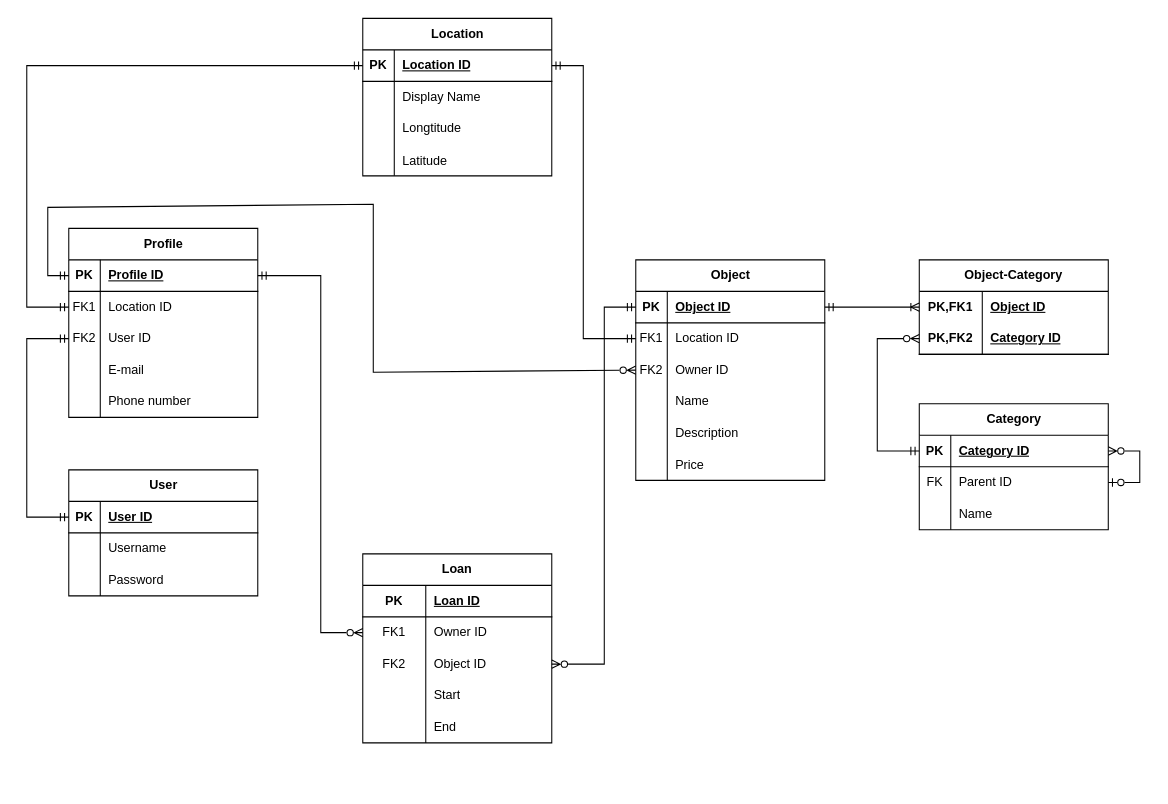
This is page "Logisch Model" (3 of 3) of analysis/Modellen.drawio from UCLL-Full-stack/project2425-group1-16, a draw.io file, before an edit. Source tidied: cells renumbered, new cells numbered last; positions are measured from the earlier drawing's top-left corner, leaving out a move shared by most shapes. Both pictures are drawn from the tidied source at 105%, with x=0, y=0 at pixel (26, 18).
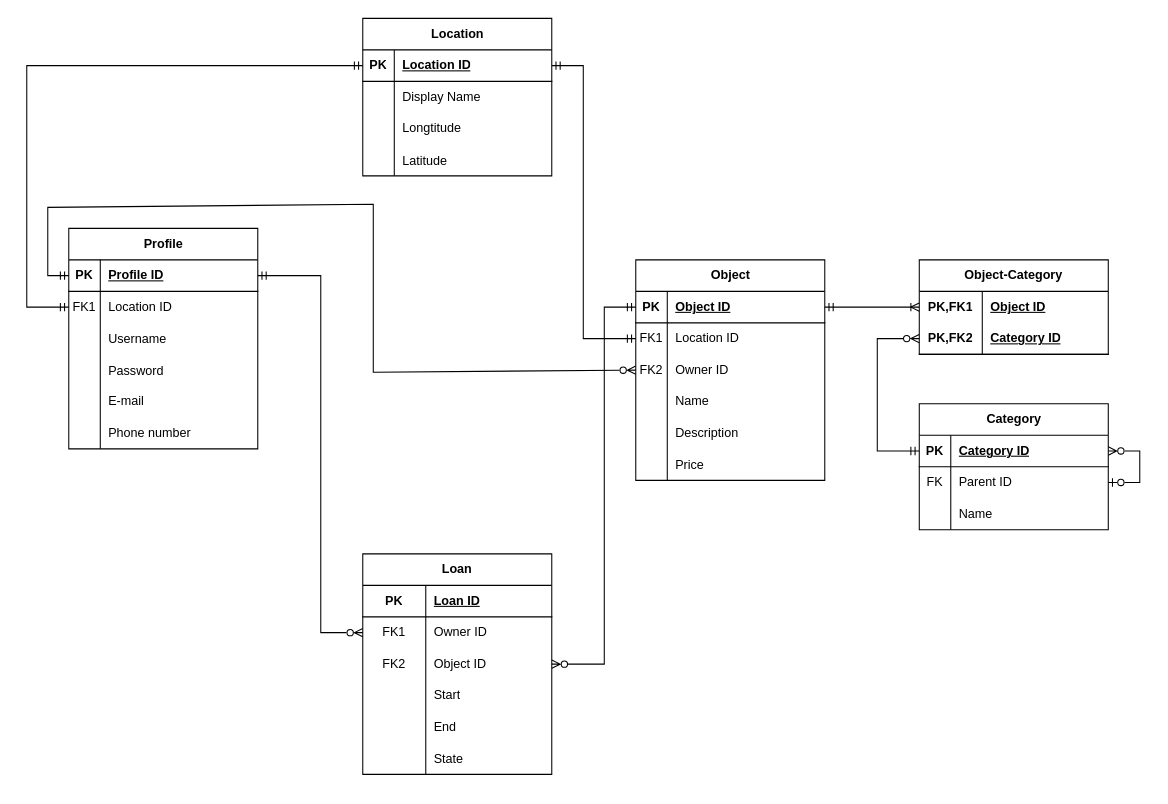
After the change.

Commit message (it also covers changes not shown here):
Merge User and Profile, add state to Loan

The edit, as a diff of the source:
```diff
@@
-    <mxCell id="2" value="User" style="shape=table;startSize=30;childLayout=tableLayout;rowLines=0;fontStyle=1;align=center;html=1;" parent="1" vertex="1">
-      <mxGeometry x="40" y="430" width="180" height="120" as="geometry" />
-    </mxCell>
-    <mxCell id="3" style="shape=tableRow;horizontal=0;startSize=0;swimlaneHead=0;swimlaneBody=0;fillColor=none;points=[[0,0.5],[1,0.5]];portConstraint=eastwest;top=0;left=0;right=0;bottom=1;" parent="2" vertex="1">
-      <mxGeometry y="30" width="180" height="30" as="geometry" />
-    </mxCell>
-    <mxCell id="4" value="PK" style="shape=partialRectangle;fillColor=none;top=0;left=0;bottom=0;right=0;fontStyle=1;overflow=hidden;whiteSpace=wrap;html=1;" parent="3" vertex="1">
-      <mxGeometry width="30" height="30" as="geometry" />
-    </mxCell>
-    <mxCell id="5" value="User ID" style="shape=partialRectangle;fillColor=none;top=0;left=0;bottom=0;right=0;align=left;spacingLeft=6;fontStyle=5;overflow=hidden;whiteSpace=wrap;html=1;" parent="3" vertex="1">
-      <mxGeometry x="30" width="150" height="30" as="geometry" />
-    </mxCell>
-    <mxCell id="6" style="shape=tableRow;horizontal=0;startSize=0;swimlaneHead=0;swimlaneBody=0;fillColor=none;top=0;left=0;right=0;bottom=0;" parent="2" vertex="1">
-      <mxGeometry y="60" width="180" height="30" as="geometry" />
-    </mxCell>
-    <mxCell id="7" style="shape=partialRectangle;fillColor=none;top=0;left=0;bottom=0;right=0;overflow=hidden;whiteSpace=wrap;html=1;" parent="6" vertex="1">
-      <mxGeometry width="30" height="30" as="geometry" />
-    </mxCell>
-    <mxCell id="8" value="Username" style="shape=partialRectangle;fillColor=none;top=0;left=0;bottom=0;right=0;align=left;spacingLeft=6;overflow=hidden;whiteSpace=wrap;html=1;" parent="6" vertex="1">
-      <mxGeometry x="30" width="150" height="30" as="geometry" />
-    </mxCell>
-    <mxCell id="9" style="shape=tableRow;horizontal=0;startSize=0;swimlaneHead=0;swimlaneBody=0;fillColor=none;top=0;left=0;right=0;bottom=0;" parent="2" vertex="1">
-      <mxGeometry y="90" width="180" height="30" as="geometry" />
-    </mxCell>
-    <mxCell id="10" style="shape=partialRectangle;fillColor=none;top=0;left=0;bottom=0;right=0;overflow=hidden;whiteSpace=wrap;html=1;" parent="9" vertex="1">
-      <mxGeometry width="30" height="30" as="geometry" />
-    </mxCell>
-    <mxCell id="11" value="Password" style="shape=partialRectangle;fillColor=none;top=0;left=0;bottom=0;right=0;align=left;spacingLeft=6;overflow=hidden;whiteSpace=wrap;html=1;" parent="9" vertex="1">
-      <mxGeometry x="30" width="150" height="30" as="geometry" />
-    </mxCell>
     <mxCell id="12" value="Profile" style="shape=table;startSize=30;childLayout=tableLayout;rowLines=0;fontStyle=1;align=center;html=1;" parent="1" vertex="1">
-      <mxGeometry x="40" y="200" width="180" height="180" as="geometry" />
+      <mxGeometry x="40" y="200" width="180" height="210" as="geometry" />
     </mxCell>
@@
-    <mxCell id="19" style="shape=tableRow;horizontal=0;startSize=0;swimlaneHead=0;swimlaneBody=0;fillColor=none;points=[[0,0.5],[1,0.5]];portConstraint=eastwest;top=0;left=0;right=0;bottom=0;" parent="12" vertex="1">
-      <mxGeometry y="90" width="180" height="30" as="geometry" />
-    </mxCell>
-    <mxCell id="20" value="FK2" style="shape=partialRectangle;fillColor=none;top=0;left=0;bottom=0;right=0;fontStyle=0;overflow=hidden;whiteSpace=wrap;html=1;" parent="19" vertex="1">
-      <mxGeometry width="30" height="30" as="geometry" />
-    </mxCell>
-    <mxCell id="21" value="User ID" style="shape=partialRectangle;fillColor=none;top=0;left=0;bottom=0;right=0;align=left;spacingLeft=6;fontStyle=0;overflow=hidden;whiteSpace=wrap;html=1;" parent="19" vertex="1">
-      <mxGeometry x="30" width="150" height="30" as="geometry" />
-    </mxCell>
+    <mxCell id="102" style="shape=tableRow;horizontal=0;startSize=0;swimlaneHead=0;swimlaneBody=0;fillColor=none;top=0;left=0;right=0;bottom=0;" parent="12" vertex="1">
+      <mxGeometry y="90" width="180" height="30" as="geometry" />
+    </mxCell>
+    <mxCell id="103" style="shape=partialRectangle;fillColor=none;top=0;left=0;bottom=0;right=0;overflow=hidden;" parent="102" vertex="1">
+      <mxGeometry width="30" height="30" as="geometry" />
+    </mxCell>
+    <mxCell id="8" value="Username" style="shape=partialRectangle;fillColor=none;top=0;left=0;bottom=0;right=0;align=left;spacingLeft=6;overflow=hidden;" parent="102" vertex="1">
+      <mxGeometry x="30" width="150" height="30" as="geometry" />
+    </mxCell>
+    <mxCell id="104" style="shape=tableRow;horizontal=0;startSize=0;swimlaneHead=0;swimlaneBody=0;fillColor=none;top=0;left=0;right=0;bottom=0;" parent="12" vertex="1">
+      <mxGeometry y="120" width="180" height="30" as="geometry" />
+    </mxCell>
+    <mxCell id="105" style="shape=partialRectangle;fillColor=none;top=0;left=0;bottom=0;right=0;overflow=hidden;" parent="104" vertex="1">
+      <mxGeometry width="30" height="30" as="geometry" />
+    </mxCell>
+    <mxCell id="11" value="Password" style="shape=partialRectangle;fillColor=none;top=0;left=0;bottom=0;right=0;align=left;spacingLeft=6;overflow=hidden;" parent="104" vertex="1">
+      <mxGeometry x="30" width="150" height="30" as="geometry" />
+    </mxCell>
     <mxCell id="22" style="shape=tableRow;horizontal=0;startSize=0;swimlaneHead=0;swimlaneBody=0;fillColor=none;top=0;left=0;right=0;bottom=0;" parent="12" vertex="1">
-      <mxGeometry y="120" width="180" height="30" as="geometry" />
+      <mxGeometry y="150" width="180" height="30" as="geometry" />
     </mxCell>
@@
     <mxCell id="25" style="shape=tableRow;horizontal=0;startSize=0;swimlaneHead=0;swimlaneBody=0;fillColor=none;top=0;left=0;right=0;bottom=0;" parent="12" vertex="1">
-      <mxGeometry y="150" width="180" height="30" as="geometry" />
+      <mxGeometry y="180" width="180" height="30" as="geometry" />
     </mxCell>
@@
-    <mxCell id="28" style="endArrow=ERmandOne;html=1;rounded=0;entryX=0;entryY=0.5;entryDx=0;entryDy=0;exitX=0;exitY=0.5;exitDx=0;exitDy=0;startArrow=ERmandOne;startFill=0;endFill=0;" parent="1" edge="1" source="3" target="19">
-      <mxGeometry relative="1" as="geometry">
-        <Array as="points">
-          <mxPoint y="475" />
-          <mxPoint y="305" />
-        </Array>
-      </mxGeometry>
-    </mxCell>
@@
     <mxCell id="64" value="Loan" style="shape=table;startSize=30;childLayout=tableLayout;rowLines=0;fontStyle=1;align=center;html=1;whiteSpace=wrap;" parent="1" vertex="1">
-      <mxGeometry x="320" y="510" width="180" height="180" as="geometry" />
+      <mxGeometry x="320" y="510" width="180" height="210" as="geometry" />
     </mxCell>
@@
+    <mxCell id="106" style="shape=tableRow;horizontal=0;startSize=0;swimlaneHead=0;swimlaneBody=0;fillColor=none;top=0;left=0;right=0;bottom=0;" parent="64" vertex="1">
+      <mxGeometry y="180" width="180" height="30" as="geometry" />
+    </mxCell>
+    <mxCell id="107" style="shape=partialRectangle;fillColor=none;top=0;left=0;bottom=0;right=0;overflow=hidden;" parent="106" vertex="1">
+      <mxGeometry width="60" height="30" as="geometry" />
+    </mxCell>
+    <mxCell id="108" value="State" style="shape=partialRectangle;fillColor=none;top=0;left=0;bottom=0;right=0;align=left;spacingLeft=6;overflow=hidden;" parent="106" vertex="1">
+      <mxGeometry x="60" width="120" height="30" as="geometry" />
+    </mxCell>
@@
+    <mxCell id="109" style="shape=tableRow;horizontal=0;startSize=0;swimlaneHead=0;swimlaneBody=0;fillColor=none;top=0;left=0;right=0;bottom=0;html=1;" parent="1" vertex="1">
+      <mxGeometry x="200" y="701" width="180" height="30" as="geometry" />
+    </mxCell>
+    <mxCell id="110" style="shape=partialRectangle;fillColor=none;top=0;left=0;bottom=0;right=0;overflow=hidden;html=1;whiteSpace=wrap;" parent="109" vertex="1">
+      <mxGeometry width="60" height="30" as="geometry" />
+    </mxCell>
```
